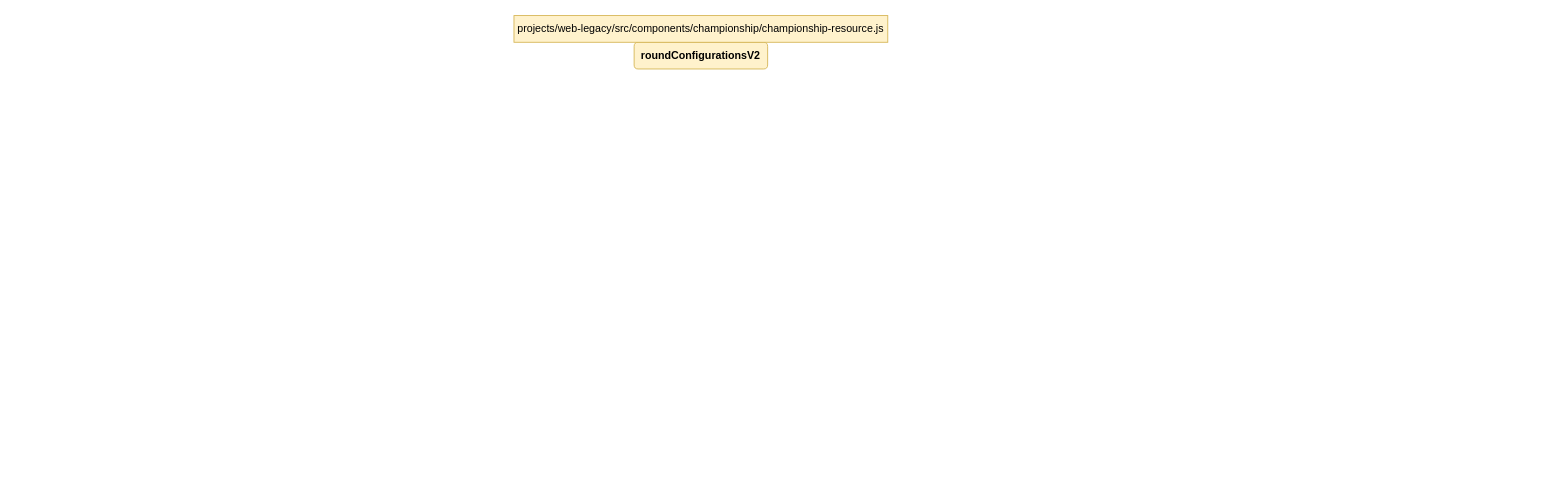
Before: NG-838 roundConfigurationsV2 resource Diagram.drawio in alumedot/diagrams, a draw.io diagram. Source tidied: cells renumbered, new cells numbered last; positions are measured from the earlier drawing's top-left corner, leaving out a move shared by most shapes. Both pictures are drawn from the tidied source at 89%, with x=0, y=0 at pixel (514, 15).
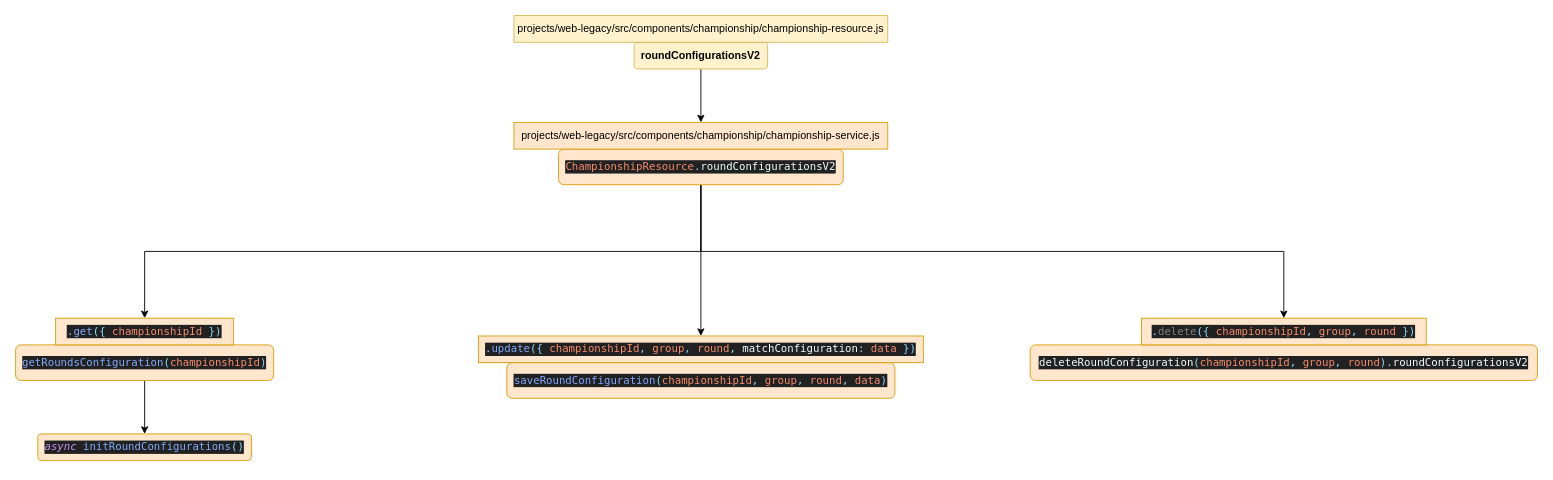
The same diagram, later.

What changed in the source:
```diff
@@
 <mxGraphModel>
   <root>
     <mxCell id="0" />
     <mxCell id="1" parent="0" />
+    <mxCell id="4" style="edgeStyle=orthogonalEdgeStyle;rounded=0;jettySize=auto;html=1;exitX=0.5;exitY=1;exitDx=0;exitDy=0;entryX=0.5;entryY=0;entryDx=0;entryDy=0;" parent="1" edge="1" source="2" target="9">
+      <mxGeometry relative="1" as="geometry" />
+    </mxCell>
     <mxCell id="2" value="&lt;b&gt;roundConfigurationsV2&lt;/b&gt;" style="rounded=1;whiteSpace=wrap;html=1;fillColor=#fff2cc;strokeColor=#d6b656;" parent="1" vertex="1">
       <mxGeometry x="135" y="30" width="150" height="30" as="geometry" />
     </mxCell>
     <mxCell id="3" value="projects/web-legacy/src/components/championship/championship-resource.js" style="text;html=1;strokeColor=#d6b656;fillColor=#fff2cc;align=center;verticalAlign=middle;whiteSpace=wrap;rounded=0;" parent="1" vertex="1">
       <mxGeometry width="420" height="30" as="geometry" />
     </mxCell>
+    <mxCell id="5" style="edgeStyle=orthogonalEdgeStyle;rounded=0;jettySize=auto;html=1;exitX=0.5;exitY=1;exitDx=0;exitDy=0;entryX=0.5;entryY=0;entryDx=0;entryDy=0;" parent="1" edge="1" source="8" target="14">
+      <mxGeometry relative="1" as="geometry" />
+    </mxCell>
+    <mxCell id="6" style="edgeStyle=orthogonalEdgeStyle;rounded=0;jettySize=auto;html=1;exitX=0.5;exitY=1;exitDx=0;exitDy=0;entryX=0.5;entryY=0;entryDx=0;entryDy=0;" parent="1" edge="1" source="8" target="15">
+      <mxGeometry relative="1" as="geometry" />
+    </mxCell>
+    <mxCell id="7" style="edgeStyle=orthogonalEdgeStyle;rounded=0;jettySize=auto;html=1;exitX=0.5;exitY=1;exitDx=0;exitDy=0;entryX=0.5;entryY=0;entryDx=0;entryDy=0;" parent="1" edge="1" source="8" target="16">
+      <mxGeometry relative="1" as="geometry" />
+    </mxCell>
+    <mxCell id="8" value="&lt;pre style=&quot;background-color: #212121 ; color: #eeffff ; font-family: &amp;#34;menlo&amp;#34; , monospace ; font-size: 9.0pt&quot;&gt;&lt;span style=&quot;color: #f78c6c&quot;&gt;ChampionshipResource&lt;/span&gt;&lt;span style=&quot;color: #89ddff&quot;&gt;.&lt;/span&gt;roundConfigurationsV2&lt;/pre&gt;" style="rounded=1;whiteSpace=wrap;html=1;fillColor=#ffe6cc;strokeColor=#d79b00;" parent="1" vertex="1">
+      <mxGeometry x="50" y="150" width="320" height="40" as="geometry" />
+    </mxCell>
+    <mxCell id="9" value="projects/web-legacy/src/components/championship/championship-service.js" style="text;html=1;strokeColor=#d79b00;fillColor=#ffe6cc;align=center;verticalAlign=middle;whiteSpace=wrap;rounded=0;" parent="1" vertex="1">
+      <mxGeometry y="120" width="420" height="30" as="geometry" />
+    </mxCell>
+    <mxCell id="10" value="&lt;pre style=&quot;background-color: #212121 ; color: #eeffff ; font-family: &amp;#34;menlo&amp;#34; , monospace ; font-size: 9.0pt&quot;&gt;deleteRoundConfiguration&lt;span style=&quot;font-family: &amp;#34;menlo&amp;#34; , monospace ; font-size: 9pt ; color: rgb(137 , 221 , 255)&quot;&gt;(&lt;/span&gt;&lt;span style=&quot;font-family: &amp;#34;menlo&amp;#34; , monospace ; font-size: 9pt ; color: rgb(247 , 140 , 108)&quot;&gt;championshipId&lt;/span&gt;&lt;span style=&quot;font-family: &amp;#34;menlo&amp;#34; , monospace ; font-size: 9pt ; color: rgb(137 , 221 , 255)&quot;&gt;, &lt;/span&gt;&lt;span style=&quot;font-family: &amp;#34;menlo&amp;#34; , monospace ; font-size: 9pt ; color: rgb(247 , 140 , 108)&quot;&gt;group&lt;/span&gt;&lt;span style=&quot;font-family: &amp;#34;menlo&amp;#34; , monospace ; font-size: 9pt ; color: rgb(137 , 221 , 255)&quot;&gt;, &lt;/span&gt;&lt;span style=&quot;font-family: &amp;#34;menlo&amp;#34; , monospace ; font-size: 9pt ; color: rgb(247 , 140 , 108)&quot;&gt;round&lt;/span&gt;&lt;span style=&quot;font-family: &amp;#34;menlo&amp;#34; , monospace ; font-size: 9pt ; color: rgb(137 , 221 , 255)&quot;&gt;)&lt;/span&gt;&lt;span style=&quot;color: #89ddff&quot;&gt;.&lt;/span&gt;roundConfigurationsV2&lt;/pre&gt;" style="rounded=1;whiteSpace=wrap;html=1;fillColor=#ffe6cc;strokeColor=#d79b00;" parent="1" vertex="1">
+      <mxGeometry x="580" y="370" width="570" height="40" as="geometry" />
+    </mxCell>
+    <mxCell id="11" value="&lt;pre style=&quot;background-color: #212121 ; color: #eeffff ; font-family: &amp;#34;menlo&amp;#34; , monospace ; font-size: 9.0pt&quot;&gt;&lt;pre style=&quot;font-family: &amp;#34;menlo&amp;#34; , monospace ; font-size: 9pt&quot;&gt;&lt;span style=&quot;color: #82aaff&quot;&gt;saveRoundConfiguration&lt;/span&gt;&lt;span style=&quot;color: #89ddff&quot;&gt;(&lt;/span&gt;&lt;span style=&quot;color: #f78c6c&quot;&gt;championshipId&lt;/span&gt;&lt;span style=&quot;color: #89ddff&quot;&gt;, &lt;/span&gt;&lt;span style=&quot;color: #f78c6c&quot;&gt;group&lt;/span&gt;&lt;span style=&quot;color: #89ddff&quot;&gt;, &lt;/span&gt;&lt;span style=&quot;color: #f78c6c&quot;&gt;round&lt;/span&gt;&lt;span style=&quot;color: #89ddff&quot;&gt;, &lt;/span&gt;&lt;span style=&quot;color: #f78c6c&quot;&gt;data&lt;/span&gt;&lt;span style=&quot;color: #89ddff&quot;&gt;)&lt;/span&gt;&lt;/pre&gt;&lt;/pre&gt;" style="rounded=1;whiteSpace=wrap;html=1;fillColor=#ffe6cc;strokeColor=#d79b00;" parent="1" vertex="1">
+      <mxGeometry x="-8" y="390" width="436" height="40" as="geometry" />
+    </mxCell>
+    <mxCell id="12" style="edgeStyle=orthogonalEdgeStyle;rounded=0;jettySize=auto;html=1;exitX=0.5;exitY=1;exitDx=0;exitDy=0;entryX=0.5;entryY=0;entryDx=0;entryDy=0;" parent="1" edge="1" source="13" target="17">
+      <mxGeometry relative="1" as="geometry" />
+    </mxCell>
+    <mxCell id="13" value="&lt;pre style=&quot;background-color: #212121 ; color: #eeffff ; font-family: &amp;#34;menlo&amp;#34; , monospace ; font-size: 9.0pt&quot;&gt;&lt;pre style=&quot;font-family: &amp;#34;menlo&amp;#34; , monospace ; font-size: 9pt&quot;&gt;&lt;span style=&quot;color: #82aaff&quot;&gt;getRoundsConfiguration&lt;/span&gt;&lt;span style=&quot;color: #89ddff&quot;&gt;(&lt;/span&gt;&lt;span style=&quot;color: #f78c6c&quot;&gt;championshipId&lt;/span&gt;&lt;span style=&quot;color: #89ddff&quot;&gt;)&lt;/span&gt;&lt;/pre&gt;&lt;/pre&gt;" style="rounded=1;whiteSpace=wrap;html=1;fillColor=#ffe6cc;strokeColor=#d79b00;" parent="1" vertex="1">
+      <mxGeometry x="-560" y="370" width="290" height="40" as="geometry" />
+    </mxCell>
+    <mxCell id="14" value="&lt;pre style=&quot;background-color: #212121 ; color: #eeffff ; font-family: &amp;quot;menlo&amp;quot; , monospace ; font-size: 9.0pt&quot;&gt;&lt;span style=&quot;color: #89ddff&quot;&gt;.&lt;/span&gt;&lt;span style=&quot;color: #82aaff&quot;&gt;get&lt;/span&gt;&lt;span style=&quot;color: #89ddff&quot;&gt;({ &lt;/span&gt;&lt;span style=&quot;color: #f78c6c&quot;&gt;championshipId &lt;/span&gt;&lt;span style=&quot;color: #89ddff&quot;&gt;})&lt;/span&gt;&lt;/pre&gt;" style="text;html=1;strokeColor=#d79b00;fillColor=#ffe6cc;align=center;verticalAlign=middle;whiteSpace=wrap;rounded=0;" parent="1" vertex="1">
+      <mxGeometry x="-515" y="340" width="200" height="30" as="geometry" />
+    </mxCell>
+    <mxCell id="15" value="&lt;pre style=&quot;background-color: #212121 ; color: #eeffff ; font-family: &amp;quot;menlo&amp;quot; , monospace ; font-size: 9.0pt&quot;&gt;&lt;span style=&quot;color: #89ddff&quot;&gt;.&lt;/span&gt;&lt;span style=&quot;color: #82aaff&quot;&gt;update&lt;/span&gt;&lt;span style=&quot;color: #89ddff&quot;&gt;({ &lt;/span&gt;&lt;span style=&quot;color: #f78c6c&quot;&gt;championshipId&lt;/span&gt;&lt;span style=&quot;color: #89ddff&quot;&gt;, &lt;/span&gt;&lt;span style=&quot;color: #f78c6c&quot;&gt;group&lt;/span&gt;&lt;span style=&quot;color: #89ddff&quot;&gt;, &lt;/span&gt;&lt;span style=&quot;color: #f78c6c&quot;&gt;round&lt;/span&gt;&lt;span style=&quot;color: #89ddff&quot;&gt;, &lt;/span&gt;matchConfiguration&lt;span style=&quot;color: #89ddff&quot;&gt;: &lt;/span&gt;&lt;span style=&quot;color: #f78c6c&quot;&gt;data &lt;/span&gt;&lt;span style=&quot;color: #89ddff&quot;&gt;})&lt;/span&gt;&lt;/pre&gt;" style="text;html=1;strokeColor=#d79b00;fillColor=#ffe6cc;align=center;verticalAlign=middle;whiteSpace=wrap;rounded=0;" parent="1" vertex="1">
+      <mxGeometry x="-40" y="360" width="500" height="30" as="geometry" />
+    </mxCell>
+    <mxCell id="16" value="&lt;pre style=&quot;background-color: #212121 ; color: #eeffff ; font-family: &amp;quot;menlo&amp;quot; , monospace ; font-size: 9.0pt&quot;&gt;&lt;span style=&quot;color: #89ddff&quot;&gt;.&lt;/span&gt;&lt;span style=&quot;color: #808080&quot;&gt;delete&lt;/span&gt;&lt;span style=&quot;color: #89ddff&quot;&gt;({ &lt;/span&gt;&lt;span style=&quot;color: #f78c6c&quot;&gt;championshipId&lt;/span&gt;&lt;span style=&quot;color: #89ddff&quot;&gt;, &lt;/span&gt;&lt;span style=&quot;color: #f78c6c&quot;&gt;group&lt;/span&gt;&lt;span style=&quot;color: #89ddff&quot;&gt;, &lt;/span&gt;&lt;span style=&quot;color: #f78c6c&quot;&gt;round &lt;/span&gt;&lt;span style=&quot;color: #89ddff&quot;&gt;})&lt;/span&gt;&lt;/pre&gt;" style="text;html=1;strokeColor=#d79b00;fillColor=#ffe6cc;align=center;verticalAlign=middle;whiteSpace=wrap;rounded=0;" parent="1" vertex="1">
+      <mxGeometry x="705" y="340" width="320" height="30" as="geometry" />
+    </mxCell>
+    <mxCell id="17" value="&lt;pre style=&quot;background-color: #212121 ; color: #eeffff ; font-family: &amp;quot;menlo&amp;quot; , monospace ; font-size: 9.0pt&quot;&gt;&lt;span style=&quot;color: #c792ea ; font-style: italic&quot;&gt;async &lt;/span&gt;&lt;span style=&quot;color: #82aaff&quot;&gt;initRoundConfigurations&lt;/span&gt;&lt;span style=&quot;color: #89ddff&quot;&gt;()&lt;/span&gt;&lt;/pre&gt;" style="rounded=1;whiteSpace=wrap;html=1;fillColor=#ffe6cc;strokeColor=#d79b00;" parent="1" vertex="1">
+      <mxGeometry x="-535" y="470" width="240" height="30" as="geometry" />
+    </mxCell>
   </root>
 </mxGraphModel>
```
